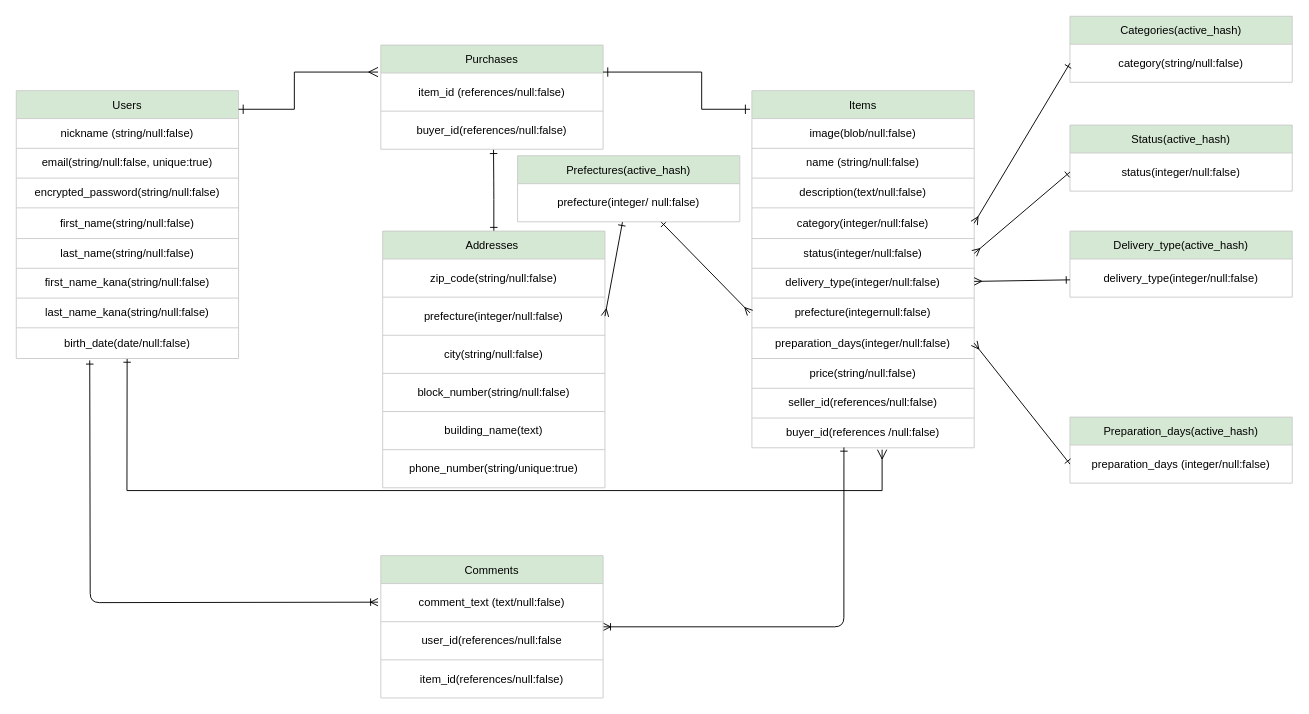
Before: ER.dio in masahito19770526/furima-38965, a draw.io diagram. Source tidied: cells renumbered, new cells numbered last; positions are measured from the earlier drawing's top-left corner, leaving out a move shared by most shapes. Both pictures are drawn from the tidied source at 93%, with x=0, y=0 at pixel (16, 16).
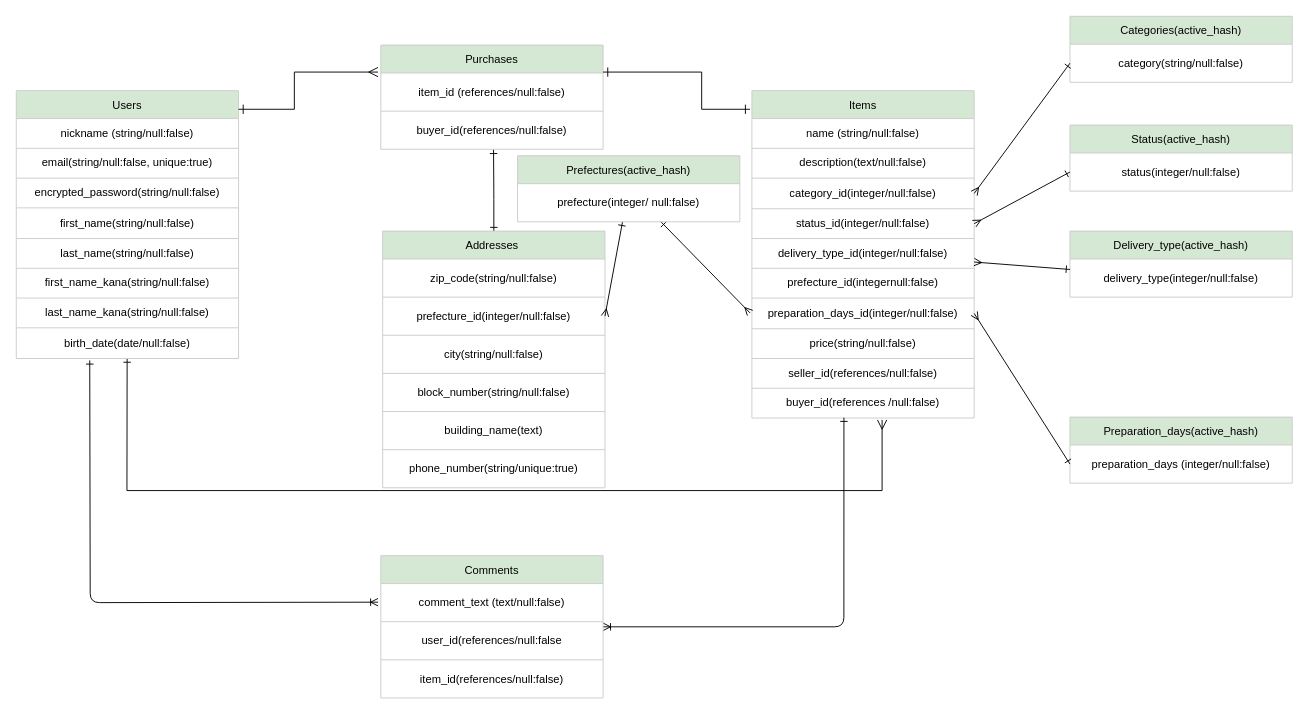
After the change.

Commit message (it also covers changes not shown here):
DB Pull Requestのコメント対応

The change refers to these unchanged cells:
```xml
<mxCell id="60" style="shape=tableRow;horizontal=0;startSize=0;swimlaneHead=0;swimlaneBody=0;top=0;left=0;bottom=0;right=0;fillColor=none;points=[[0,0.5],[1,0.5]];portConstraint=eastwest;" parent="57" vertex="1">
  <mxGeometry y="71" width="239" height="41" as="geometry" />
</mxCell>
```

Diff of the diagram source:
```diff
@@
     <mxCell id="20" value="Items" style="shape=table;startSize=30;childLayout=tableLayout;fillColor=#d5e8d4;strokeColor=#CCCCCC;" parent="1" vertex="1">
-      <mxGeometry x="791" y="80" width="239" height="384" as="geometry" />
+      <mxGeometry x="791" y="80" width="239" height="352" as="geometry" />
     </mxCell>
-    <mxCell id="21" style="shape=tableRow;horizontal=0;startSize=0;swimlaneHead=0;swimlaneBody=0;top=0;left=0;bottom=0;right=0;fillColor=none;" parent="20" vertex="1">
-      <mxGeometry y="30" width="239" height="32" as="geometry" />
-    </mxCell>
-    <mxCell id="22" value="image(blob/null:false)" style="shape=partialRectangle;html=1;whiteSpace=wrap;overflow=hidden;fillColor=none;top=0;left=0;bottom=0;right=0;" parent="21" vertex="1">
-      <mxGeometry width="239" height="32" as="geometry" />
-    </mxCell>
     <mxCell id="23" style="shape=tableRow;horizontal=0;startSize=0;swimlaneHead=0;swimlaneBody=0;top=0;left=0;bottom=0;right=0;fillColor=none;" parent="20" vertex="1">
-      <mxGeometry y="62" width="239" height="32" as="geometry" />
+      <mxGeometry y="30" width="239" height="32" as="geometry" />
     </mxCell>
@@
     <mxCell id="25" style="shape=tableRow;horizontal=0;startSize=0;swimlaneHead=0;swimlaneBody=0;top=0;left=0;bottom=0;right=0;fillColor=none;" parent="20" vertex="1">
-      <mxGeometry y="94" width="239" height="32" as="geometry" />
+      <mxGeometry y="62" width="239" height="32" as="geometry" />
     </mxCell>
@@
     <mxCell id="27" style="shape=tableRow;horizontal=0;startSize=0;swimlaneHead=0;swimlaneBody=0;top=0;left=0;bottom=0;right=0;fillColor=none;points=[[0,0.5],[1,0.5]];portConstraint=eastwest;" parent="20" vertex="1">
-      <mxGeometry y="126" width="239" height="33" as="geometry" />
+      <mxGeometry y="94" width="239" height="33" as="geometry" />
     </mxCell>
-    <mxCell id="28" value="category(integer/null:false)" style="shape=partialRectangle;html=1;whiteSpace=wrap;overflow=hidden;fillColor=none;top=0;left=0;bottom=0;right=0;" parent="27" vertex="1">
+    <mxCell id="28" value="category_id(integer/null:false)" style="shape=partialRectangle;html=1;whiteSpace=wrap;overflow=hidden;fillColor=none;top=0;left=0;bottom=0;right=0;" parent="27" vertex="1">
       <mxGeometry width="239" height="33" as="geometry" />
     </mxCell>
     <mxCell id="29" style="shape=tableRow;horizontal=0;startSize=0;swimlaneHead=0;swimlaneBody=0;top=0;left=0;bottom=0;right=0;fillColor=none;points=[[0,0.5],[1,0.5]];portConstraint=eastwest;" parent="20" vertex="1">
-      <mxGeometry y="159" width="239" height="32" as="geometry" />
+      <mxGeometry y="127" width="239" height="32" as="geometry" />
     </mxCell>
-    <mxCell id="30" value="status(integer/null:false)" style="shape=partialRectangle;html=1;whiteSpace=wrap;overflow=hidden;fillColor=none;top=0;left=0;bottom=0;right=0;" parent="29" vertex="1">
+    <mxCell id="30" value="status_id(integer/null:false)" style="shape=partialRectangle;html=1;whiteSpace=wrap;overflow=hidden;fillColor=none;top=0;left=0;bottom=0;right=0;" parent="29" vertex="1">
       <mxGeometry width="239" height="32" as="geometry" />
     </mxCell>
     <mxCell id="31" style="shape=tableRow;horizontal=0;startSize=0;swimlaneHead=0;swimlaneBody=0;top=0;left=0;bottom=0;right=0;fillColor=none;points=[[0,0.5],[1,0.5]];portConstraint=eastwest;" parent="20" vertex="1">
-      <mxGeometry y="191" width="239" height="32" as="geometry" />
+      <mxGeometry y="159" width="239" height="32" as="geometry" />
     </mxCell>
-    <mxCell id="32" value="delivery_type(integer/null:false)" style="shape=partialRectangle;html=1;whiteSpace=wrap;overflow=hidden;fillColor=none;top=0;left=0;bottom=0;right=0;" parent="31" vertex="1">
+    <mxCell id="32" value="delivery_type_id(integer/null:false)" style="shape=partialRectangle;html=1;whiteSpace=wrap;overflow=hidden;fillColor=none;top=0;left=0;bottom=0;right=0;" parent="31" vertex="1">
       <mxGeometry width="239" height="32" as="geometry" />
     </mxCell>
     <mxCell id="33" style="shape=tableRow;horizontal=0;startSize=0;swimlaneHead=0;swimlaneBody=0;top=0;left=0;bottom=0;right=0;fillColor=none;" parent="20" vertex="1">
-      <mxGeometry y="223" width="239" height="32" as="geometry" />
+      <mxGeometry y="191" width="239" height="32" as="geometry" />
     </mxCell>
-    <mxCell id="34" value="prefecture(integernull:false)" style="shape=partialRectangle;html=1;whiteSpace=wrap;overflow=hidden;fillColor=none;top=0;left=0;bottom=0;right=0;" parent="33" vertex="1">
+    <mxCell id="34" value="prefecture_id(integernull:false)" style="shape=partialRectangle;html=1;whiteSpace=wrap;overflow=hidden;fillColor=none;top=0;left=0;bottom=0;right=0;" parent="33" vertex="1">
       <mxGeometry width="239" height="32" as="geometry" />
     </mxCell>
     <mxCell id="35" style="shape=tableRow;horizontal=0;startSize=0;swimlaneHead=0;swimlaneBody=0;top=0;left=0;bottom=0;right=0;fillColor=none;points=[[0,0.5],[1,0.5]];portConstraint=eastwest;" parent="20" vertex="1">
-      <mxGeometry y="255" width="239" height="33" as="geometry" />
+      <mxGeometry y="223" width="239" height="33" as="geometry" />
     </mxCell>
-    <mxCell id="36" value="preparation_days(integer/null:false)" style="shape=partialRectangle;html=1;whiteSpace=wrap;overflow=hidden;fillColor=none;top=0;left=0;bottom=0;right=0;" parent="35" vertex="1">
+    <mxCell id="36" value="preparation_days_id(integer/null:false)" style="shape=partialRectangle;html=1;whiteSpace=wrap;overflow=hidden;fillColor=none;top=0;left=0;bottom=0;right=0;" parent="35" vertex="1">
       <mxGeometry width="239" height="33" as="geometry" />
     </mxCell>
     <mxCell id="37" style="shape=tableRow;horizontal=0;startSize=0;swimlaneHead=0;swimlaneBody=0;top=0;left=0;bottom=0;right=0;fillColor=none;" parent="20" vertex="1">
-      <mxGeometry y="288" width="239" height="32" as="geometry" />
+      <mxGeometry y="256" width="239" height="32" as="geometry" />
     </mxCell>
@@
     <mxCell id="39" style="shape=tableRow;horizontal=0;startSize=0;swimlaneHead=0;swimlaneBody=0;top=0;left=0;bottom=0;right=0;fillColor=none;" parent="20" vertex="1">
-      <mxGeometry y="320" width="239" height="32" as="geometry" />
+      <mxGeometry y="288" width="239" height="32" as="geometry" />
     </mxCell>
@@
     <mxCell id="41" style="shape=tableRow;horizontal=0;startSize=0;swimlaneHead=0;swimlaneBody=0;top=0;left=0;bottom=0;right=0;fillColor=none;points=[[0,0.5],[1,0.5]];portConstraint=eastwest;" parent="20" vertex="1">
-      <mxGeometry y="352" width="239" height="32" as="geometry" />
+      <mxGeometry y="320" width="239" height="32" as="geometry" />
     </mxCell>
@@
-    <mxCell id="61" value="prefecture(integer/null:false)" style="shape=partialRectangle;html=1;whiteSpace=wrap;overflow=hidden;fillColor=none;top=0;left=0;bottom=0;right=0;" parent="60" vertex="1">
+    <mxCell id="61" value="prefecture_id(integer/null:false)" style="shape=partialRectangle;html=1;whiteSpace=wrap;overflow=hidden;fillColor=none;top=0;left=0;bottom=0;right=0;" parent="60" vertex="1">
       <mxGeometry width="239" height="41" as="geometry" />
     </mxCell>
```
